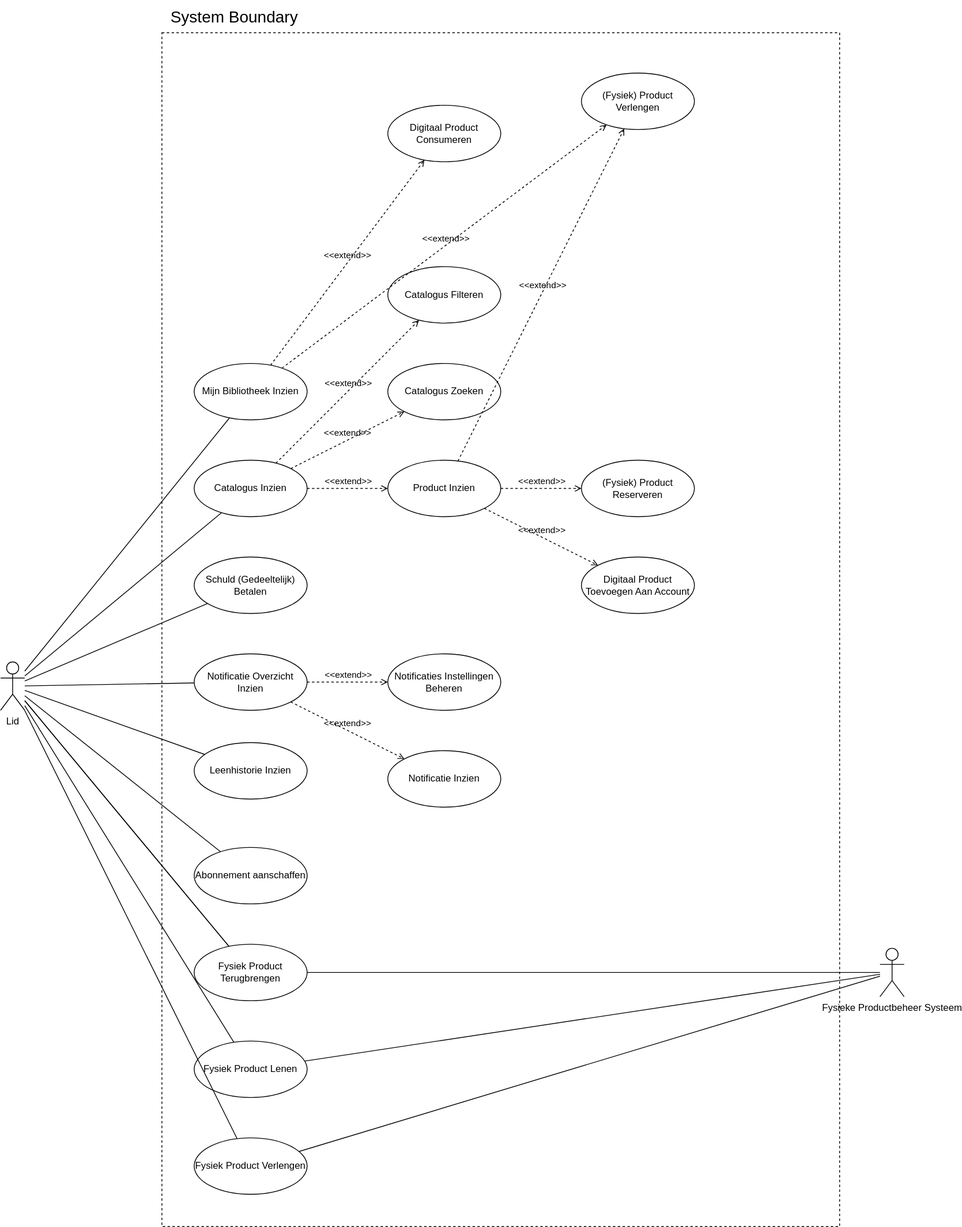
Earlier version of the draw.io export documents/usecases/diagrams/concept-lid-usecase-diagram.drawio.svg (pieter-groenendijk/oose-library-management-system). Source tidied: cells renumbered, new cells last; positions are measured from the earlier drawing's top-left corner, leaving out a move shared by most shapes.
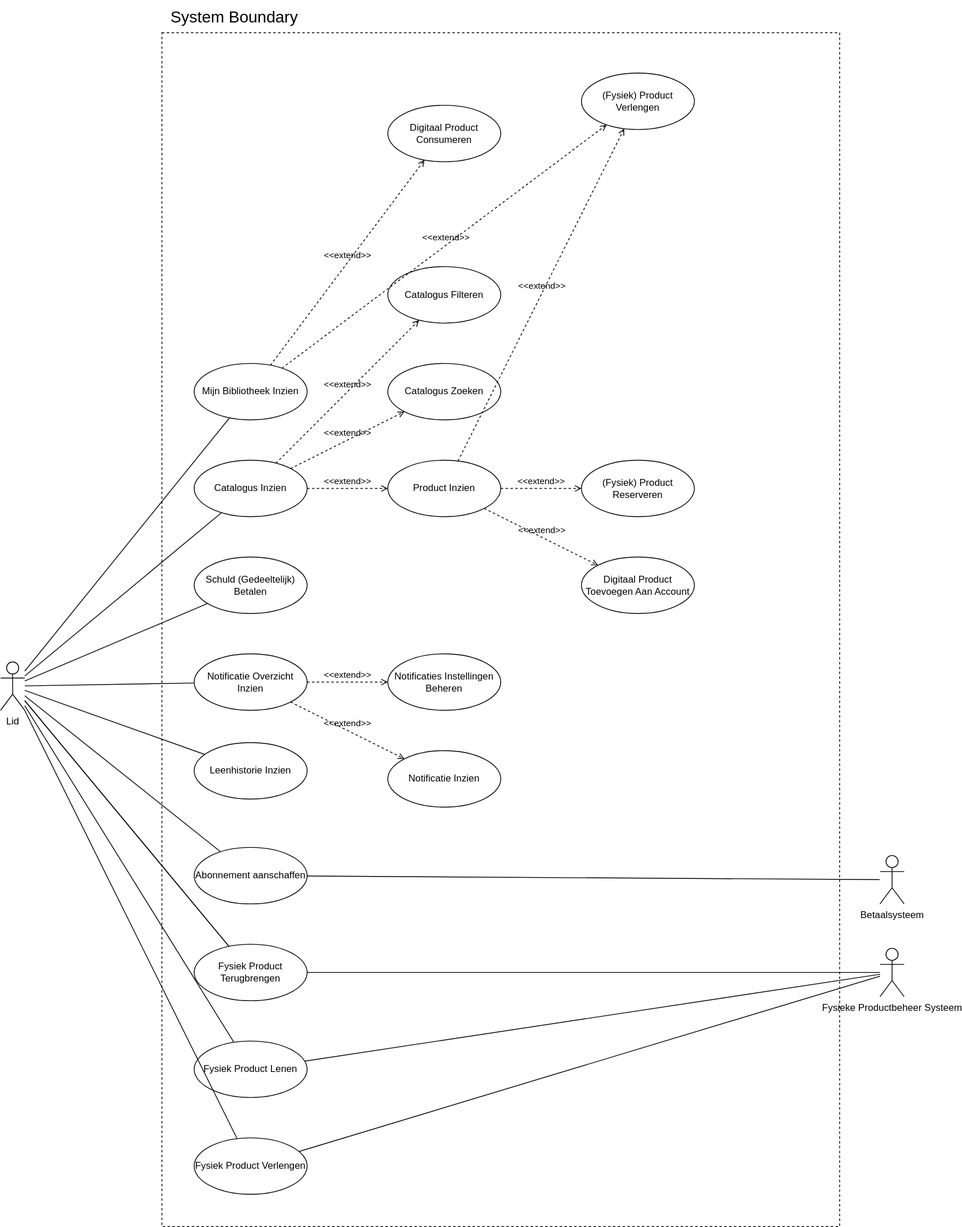
The same diagram one commit later.

Commit message:
Added 'betaalsysteem' actor inside 'lid' usecase diagram

Change to the diagram source:
```diff
@@ -137,5 +137,11 @@
     <mxCell id="46" value="System Boundary" style="text;html=1;align=center;verticalAlign=middle;whiteSpace=wrap;rounded=0;fontSize=20;" parent="1" vertex="1">
       <mxGeometry x="200" width="180" height="40" as="geometry" />
     </mxCell>
+    <mxCell id="47" value="Betaalsysteem" style="shape=umlActor;verticalLabelPosition=bottom;verticalAlign=top;html=1;" parent="1" vertex="1">
+      <mxGeometry x="1090" y="1060" width="30" height="60" as="geometry" />
+    </mxCell>
+    <mxCell id="48" style="endArrow=none;html=1;rounded=0;" parent="1" edge="1" source="43" target="47">
+      <mxGeometry relative="1" as="geometry" />
+    </mxCell>
   </root>
 </mxGraphModel>
```
